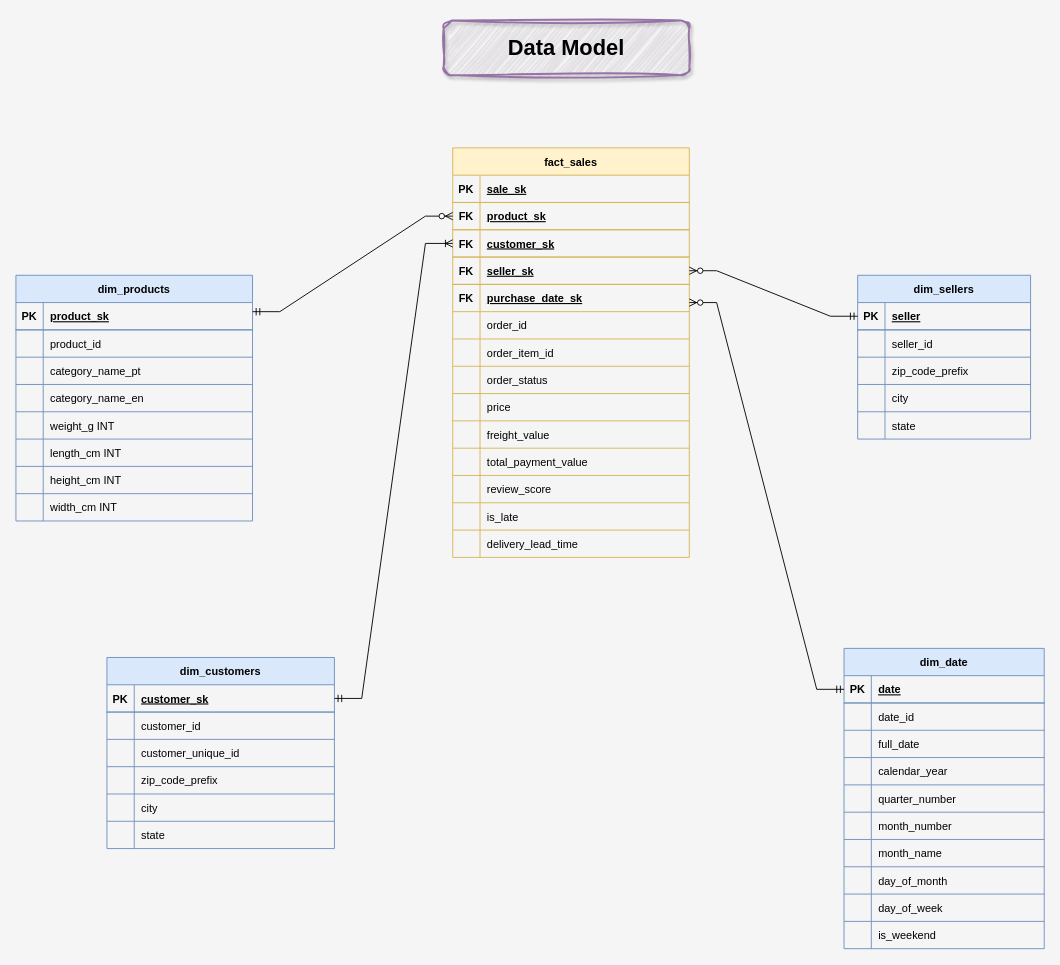
IbirdieU/data-warehouse-project keeps this draw.io diagram as docs/data model.drawio. Above is the earlier version. Source tidied: cells renumbered, new cells numbered last; positions are measured from the earlier drawing's top-left corner, leaving out a move shared by most shapes. Both pictures are drawn from the tidied source at 91%, with x=0, y=0 at pixel (15, 20).
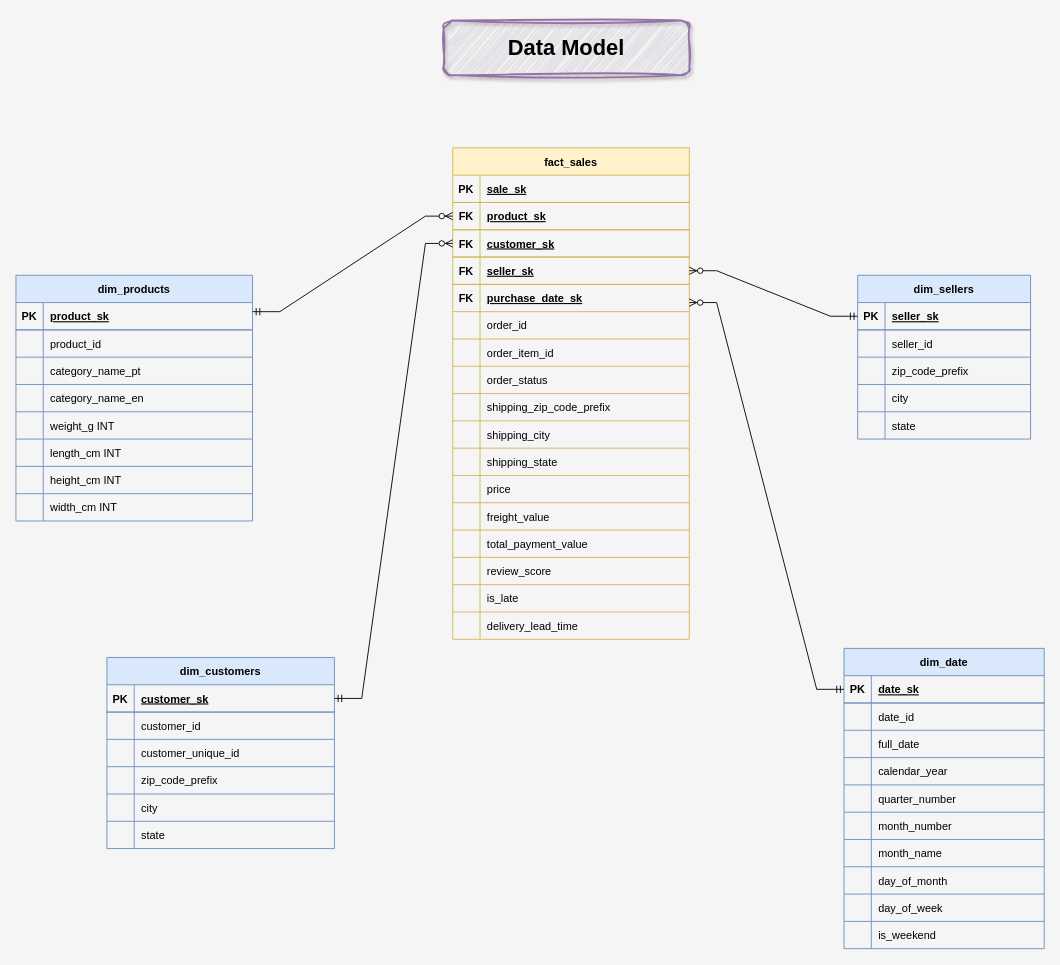
The same page after the edit.

Unchanged cells that the change refers to:
```xml
<mxCell id="9" style="shape=tableRow;horizontal=0;startSize=0;swimlaneHead=0;swimlaneBody=0;fillColor=none;points=[[0,0.5],[1,0.5]];portConstraint=eastwest;strokeColor=inherit;top=0;left=0;right=0;bottom=1;" parent="2" vertex="1">
  <mxGeometry y="90" width="260" height="30" as="geometry" />
</mxCell>
<mxCell id="46" style="shape=tableRow;horizontal=0;startSize=0;swimlaneHead=0;swimlaneBody=0;fillColor=none;points=[[0,0.5],[1,0.5]];portConstraint=eastwest;strokeColor=inherit;top=0;left=0;right=0;bottom=1;" parent="45" vertex="1">
  <mxGeometry y="30" width="250" height="30" as="geometry" />
</mxCell>
<mxCell id="90" style="shape=tableRow;horizontal=0;startSize=0;swimlaneHead=0;swimlaneBody=0;fillColor=none;points=[[0,0.5],[1,0.5]];portConstraint=eastwest;strokeColor=inherit;top=0;left=0;right=0;bottom=1;" parent="89" vertex="1">
  <mxGeometry y="30" width="190" height="30" as="geometry" />
</mxCell>
<mxCell id="106" style="shape=tableRow;horizontal=0;startSize=0;swimlaneHead=0;swimlaneBody=0;fillColor=none;points=[[0,0.5],[1,0.5]];portConstraint=eastwest;strokeColor=inherit;top=0;left=0;right=0;bottom=1;" parent="105" vertex="1">
  <mxGeometry y="30" width="220" height="30" as="geometry" />
</mxCell>
```

Change to the diagram source:
```diff
@@
     <mxCell id="2" value="fact_sales" style="shape=table;startSize=30;childLayout=tableLayout;rowLines=1;fontStyle=1;align=center;fillColor=#fff2cc;strokeColor=#d6b656;" parent="1" vertex="1">
-      <mxGeometry x="480" y="140" width="260" height="450" as="geometry" />
+      <mxGeometry x="480" y="140" width="260" height="540" as="geometry" />
     </mxCell>
@@
+    <mxCell id="141" style="shape=tableRow;horizontal=0;startSize=0;swimlaneHead=0;swimlaneBody=0;fillColor=none;strokeColor=inherit;top=0;left=0;right=0;bottom=0;" parent="2" vertex="1">
+      <mxGeometry y="240" width="260" height="30" as="geometry" />
+    </mxCell>
+    <mxCell id="142" style="shape=partialRectangle;overflow=hidden;fillColor=none;strokeColor=inherit;top=0;left=0;bottom=0;right=0;" parent="141" vertex="1">
+      <mxGeometry width="30" height="30" as="geometry" />
+    </mxCell>
+    <mxCell id="143" value="order_status" style="shape=partialRectangle;overflow=hidden;fillColor=none;align=left;strokeColor=inherit;top=0;left=0;bottom=0;right=0;spacingLeft=6;" parent="141" vertex="1">
+      <mxGeometry x="30" width="230" height="30" as="geometry" />
+    </mxCell>
+    <mxCell id="144" style="shape=tableRow;horizontal=0;startSize=0;swimlaneHead=0;swimlaneBody=0;fillColor=none;strokeColor=inherit;top=0;left=0;right=0;bottom=0;" parent="2" vertex="1">
+      <mxGeometry y="270" width="260" height="30" as="geometry" />
+    </mxCell>
+    <mxCell id="145" style="shape=partialRectangle;overflow=hidden;fillColor=none;strokeColor=inherit;top=0;left=0;bottom=0;right=0;" parent="144" vertex="1">
+      <mxGeometry width="30" height="30" as="geometry" />
+    </mxCell>
+    <mxCell id="146" value="shipping_zip_code_prefix" style="shape=partialRectangle;overflow=hidden;fillColor=none;align=left;strokeColor=inherit;top=0;left=0;bottom=0;right=0;spacingLeft=6;" parent="144" vertex="1">
+      <mxGeometry x="30" width="230" height="30" as="geometry" />
+    </mxCell>
+    <mxCell id="147" style="shape=tableRow;horizontal=0;startSize=0;swimlaneHead=0;swimlaneBody=0;fillColor=none;strokeColor=inherit;top=0;left=0;right=0;bottom=0;" parent="2" vertex="1">
+      <mxGeometry y="300" width="260" height="30" as="geometry" />
+    </mxCell>
+    <mxCell id="148" style="shape=partialRectangle;overflow=hidden;fillColor=none;strokeColor=inherit;top=0;left=0;bottom=0;right=0;" parent="147" vertex="1">
+      <mxGeometry width="30" height="30" as="geometry" />
+    </mxCell>
+    <mxCell id="149" value="shipping_city" style="shape=partialRectangle;overflow=hidden;fillColor=none;align=left;strokeColor=inherit;top=0;left=0;bottom=0;right=0;spacingLeft=6;" parent="147" vertex="1">
+      <mxGeometry x="30" width="230" height="30" as="geometry" />
+    </mxCell>
     <mxCell id="24" style="shape=tableRow;horizontal=0;startSize=0;swimlaneHead=0;swimlaneBody=0;fillColor=none;strokeColor=inherit;top=0;left=0;right=0;bottom=0;" parent="2" vertex="1">
-      <mxGeometry y="240" width="260" height="30" as="geometry" />
+      <mxGeometry y="330" width="260" height="30" as="geometry" />
     </mxCell>
@@
-    <mxCell id="26" value="order_status" style="shape=partialRectangle;overflow=hidden;fillColor=none;align=left;strokeColor=inherit;top=0;left=0;bottom=0;right=0;spacingLeft=6;" parent="24" vertex="1">
+    <mxCell id="26" value="shipping_state" style="shape=partialRectangle;overflow=hidden;fillColor=none;align=left;strokeColor=inherit;top=0;left=0;bottom=0;right=0;spacingLeft=6;" parent="24" vertex="1">
       <mxGeometry x="30" width="230" height="30" as="geometry" />
     </mxCell>
     <mxCell id="27" style="shape=tableRow;horizontal=0;startSize=0;swimlaneHead=0;swimlaneBody=0;fillColor=none;strokeColor=inherit;top=0;left=0;right=0;bottom=0;" parent="2" vertex="1">
-      <mxGeometry y="270" width="260" height="30" as="geometry" />
+      <mxGeometry y="360" width="260" height="30" as="geometry" />
     </mxCell>
@@
     <mxCell id="30" style="shape=tableRow;horizontal=0;startSize=0;swimlaneHead=0;swimlaneBody=0;fillColor=none;strokeColor=inherit;top=0;left=0;right=0;bottom=0;" parent="2" vertex="1">
-      <mxGeometry y="300" width="260" height="30" as="geometry" />
+      <mxGeometry y="390" width="260" height="30" as="geometry" />
     </mxCell>
@@
     <mxCell id="33" style="shape=tableRow;horizontal=0;startSize=0;swimlaneHead=0;swimlaneBody=0;fillColor=none;strokeColor=inherit;top=0;left=0;right=0;bottom=0;" parent="2" vertex="1">
-      <mxGeometry y="330" width="260" height="30" as="geometry" />
+      <mxGeometry y="420" width="260" height="30" as="geometry" />
     </mxCell>
@@
     <mxCell id="36" style="shape=tableRow;horizontal=0;startSize=0;swimlaneHead=0;swimlaneBody=0;fillColor=none;strokeColor=inherit;top=0;left=0;right=0;bottom=0;" parent="2" vertex="1">
-      <mxGeometry y="360" width="260" height="30" as="geometry" />
+      <mxGeometry y="450" width="260" height="30" as="geometry" />
     </mxCell>
@@
     <mxCell id="39" style="shape=tableRow;horizontal=0;startSize=0;swimlaneHead=0;swimlaneBody=0;fillColor=none;strokeColor=inherit;top=0;left=0;right=0;bottom=0;" parent="2" vertex="1">
-      <mxGeometry y="390" width="260" height="30" as="geometry" />
+      <mxGeometry y="480" width="260" height="30" as="geometry" />
     </mxCell>
@@
     <mxCell id="42" style="shape=tableRow;horizontal=0;startSize=0;swimlaneHead=0;swimlaneBody=0;fillColor=none;strokeColor=inherit;top=0;left=0;right=0;bottom=0;" parent="2" vertex="1">
-      <mxGeometry y="420" width="260" height="30" as="geometry" />
+      <mxGeometry y="510" width="260" height="30" as="geometry" />
     </mxCell>
@@
-    <mxCell id="92" value="seller" style="shape=partialRectangle;overflow=hidden;fillColor=none;align=left;strokeColor=inherit;top=0;left=0;bottom=0;right=0;spacingLeft=6;fontStyle=5;" parent="90" vertex="1">
+    <mxCell id="92" value="seller_sk" style="shape=partialRectangle;overflow=hidden;fillColor=none;align=left;strokeColor=inherit;top=0;left=0;bottom=0;right=0;spacingLeft=6;fontStyle=5;" parent="90" vertex="1">
       <mxGeometry x="30" width="160" height="30" as="geometry" />
     </mxCell>
@@
-    <mxCell id="108" value="date" style="shape=partialRectangle;overflow=hidden;fillColor=none;align=left;strokeColor=inherit;top=0;left=0;bottom=0;right=0;spacingLeft=6;fontStyle=5;" parent="106" vertex="1">
+    <mxCell id="108" value="date_sk" style="shape=partialRectangle;overflow=hidden;fillColor=none;align=left;strokeColor=inherit;top=0;left=0;bottom=0;right=0;spacingLeft=6;fontStyle=5;" parent="106" vertex="1">
       <mxGeometry x="30" width="190" height="30" as="geometry" />
     </mxCell>
@@
-    <mxCell id="137" style="edgeStyle=entityRelationEdgeStyle;fontSize=12;html=1;endArrow=ERoneToMany;startArrow=ERmandOne;rounded=0;entryX=0;entryY=0.5;entryDx=0;entryDy=0;exitX=1;exitY=0.5;exitDx=0;exitDy=0;" parent="1" edge="1" source="46" target="9">
+    <mxCell id="137" style="edgeStyle=entityRelationEdgeStyle;fontSize=12;html=1;endArrow=ERzeroToMany;startArrow=ERmandOne;rounded=0;entryX=0;entryY=0.5;entryDx=0;entryDy=0;exitX=1;exitY=0.5;exitDx=0;exitDy=0;endFill=0;" parent="1" edge="1" source="46" target="9">
       <mxGeometry relative="1" as="geometry" />
     </mxCell>
```
